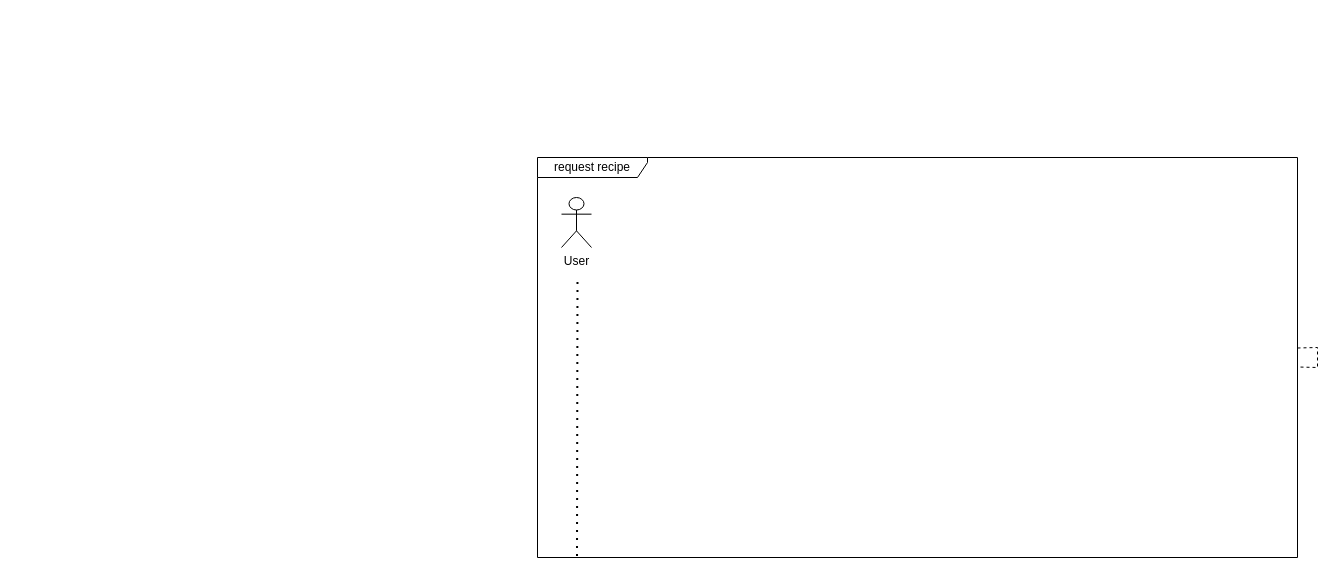
Above: recipe.drawio in dndpd/software-project (draw.io), before the change. Source tidied: cells renumbered, new cells numbered last; positions are measured from the earlier drawing's top-left corner, leaving out a move shared by most shapes. Both pictures are drawn from the tidied source at 100%, with x=0, y=0 at pixel (537, 157).
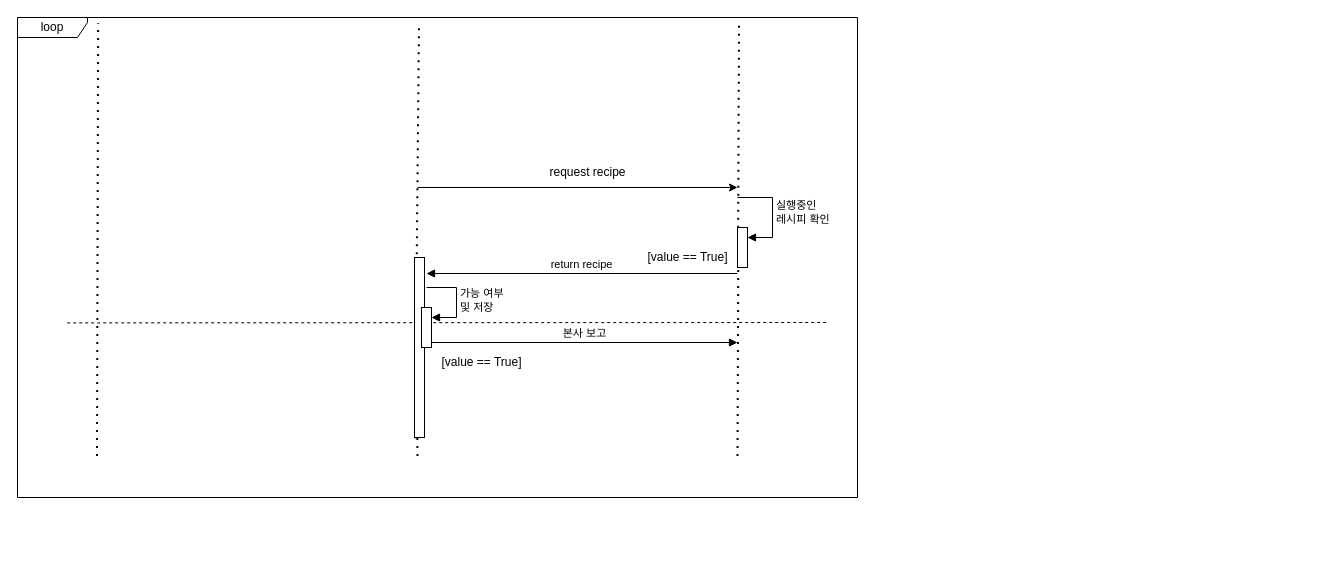
Above is the later version.

The edit, as a diff of the source:
```diff
@@
-    <mxCell id="2" value="User" style="shape=umlActor;verticalLabelPosition=bottom;verticalAlign=top;html=1;" parent="1" vertex="1">
-      <mxGeometry x="24" y="40" width="30" height="50" as="geometry" />
-    </mxCell>
+    <mxCell id="4" style="endArrow=none;dashed=1;html=1;dashPattern=1 3;strokeWidth=2;rounded=0;exitX=0.052;exitY=1.004;exitDx=0;exitDy=0;exitPerimeter=0;entryX=0.096;entryY=0.012;entryDx=0;entryDy=0;entryPerimeter=0;" parent="1" edge="1" target="7">
+      <mxGeometry relative="1" as="geometry">
+        <mxPoint x="-440.5" y="298.6" as="sourcePoint" />
+      </mxGeometry>
+    </mxCell>
+    <mxCell id="6" style="endArrow=classic;html=1;rounded=0;" parent="1" edge="1">
+      <mxGeometry relative="1" as="geometry">
+        <mxPoint x="-120" y="30" as="sourcePoint" />
+        <mxPoint x="200" y="30" as="targetPoint" />
+      </mxGeometry>
+    </mxCell>
-    <mxCell id="3" value="request recipe" style="shape=umlFrame;whiteSpace=wrap;html=1;width=110;height=20;" parent="1" vertex="1">
-      <mxGeometry width="760" height="400" as="geometry" />
+    <mxCell id="3" value="request recipe" style="text;html=1;align=center;verticalAlign=middle;points=[];strokeColor=none;fillColor=none;" parent="1" vertex="1">
+      <mxGeometry width="100" height="30" as="geometry" />
     </mxCell>
-    <mxCell id="4" style="endArrow=none;dashed=1;html=1;dashPattern=1 3;strokeWidth=2;rounded=0;exitX=0.052;exitY=1.004;exitDx=0;exitDy=0;exitPerimeter=0;" parent="1" edge="1">
-      <mxGeometry relative="1" as="geometry">
-        <mxPoint x="39.5" y="398.6" as="sourcePoint" />
-        <mxPoint x="40" y="120" as="targetPoint" />
-      </mxGeometry>
-    </mxCell>
-    <mxCell id="5" style="endArrow=none;dashed=1;html=1;rounded=0;" parent="1" edge="1" source="3" target="3">
-      <mxGeometry relative="1" as="geometry" />
-    </mxCell>
+    <mxCell id="7" value="loop" style="shape=umlFrame;whiteSpace=wrap;html=1;width=70;height=20;" parent="1" vertex="1">
+      <mxGeometry x="-520" y="-140" width="840" height="480" as="geometry" />
+    </mxCell>
+    <mxCell id="8" style="endArrow=none;dashed=1;html=1;rounded=0;exitX=-0.003;exitY=0.601;exitDx=0;exitDy=0;exitPerimeter=0;" parent="1" edge="1">
+      <mxGeometry relative="1" as="geometry">
+        <mxPoint x="-470.3" y="165.4" as="sourcePoint" />
+        <mxPoint x="290" y="165" as="targetPoint" />
+      </mxGeometry>
+    </mxCell>
+    <mxCell id="9" value="[value == True]" style="text;html=1;align=center;verticalAlign=middle;strokeColor=none;fillColor=none;" parent="1" vertex="1">
+      <mxGeometry x="100" y="85" width="100" height="30" as="geometry" />
+    </mxCell>
+    <mxCell id="10" style="endArrow=none;dashed=1;html=1;dashPattern=1 3;strokeWidth=2;rounded=0;exitX=0.052;exitY=1.004;exitDx=0;exitDy=0;exitPerimeter=0;entryX=0.096;entryY=0.012;entryDx=0;entryDy=0;entryPerimeter=0;" parent="1" edge="1" source="17">
+      <mxGeometry relative="1" as="geometry">
+        <mxPoint x="-118.5" y="-134" as="targetPoint" />
+      </mxGeometry>
+    </mxCell>
+    <mxCell id="11" style="endArrow=none;dashed=1;html=1;dashPattern=1 3;strokeWidth=2;rounded=0;exitX=0.052;exitY=1.004;exitDx=0;exitDy=0;exitPerimeter=0;entryX=0.096;entryY=0.012;entryDx=0;entryDy=0;entryPerimeter=0;" parent="1" edge="1" source="14">
+      <mxGeometry relative="1" as="geometry">
+        <mxPoint x="201.5" y="-134" as="targetPoint" />
+      </mxGeometry>
+    </mxCell>
+    <mxCell id="12" value="실행중인&lt;br&gt;레시피 확인" style="html=1;align=left;spacingLeft=2;endArrow=block;rounded=0;edgeStyle=orthogonalEdgeStyle;curved=0;rounded=0;" parent="1" edge="1">
+      <mxGeometry relative="1" as="geometry">
+        <mxPoint x="200" y="40" as="sourcePoint" />
+        <mxPoint x="210" y="80" as="targetPoint" />
+        <Array as="points">
+          <mxPoint x="235" y="40" />
+          <mxPoint x="235" y="80" />
+        </Array>
+      </mxGeometry>
+    </mxCell>
+    <mxCell id="13" style="endArrow=none;dashed=1;html=1;dashPattern=1 3;strokeWidth=2;rounded=0;exitX=0.052;exitY=1.004;exitDx=0;exitDy=0;exitPerimeter=0;entryX=0.096;entryY=0.012;entryDx=0;entryDy=0;entryPerimeter=0;" parent="1" edge="1" target="14">
+      <mxGeometry relative="1" as="geometry">
+        <mxPoint x="200" y="298.6" as="sourcePoint" />
+      </mxGeometry>
+    </mxCell>
+    <mxCell id="14" style="html=1;points=[[0,0,0,0,5],[0,1,0,0,-5],[1,0,0,0,5],[1,1,0,0,-5]];perimeter=orthogonalPerimeter;outlineConnect=0;targetShapes=umlLifeline;portConstraint=eastwest;newEdgeStyle={&quot;curved&quot;:0,&quot;rounded&quot;:0};" parent="1" vertex="1">
+      <mxGeometry x="200" y="70" width="10" height="40" as="geometry" />
+    </mxCell>
+    <mxCell id="15" value="return recipe" style="html=1;verticalAlign=bottom;endArrow=block;curved=0;rounded=0;entryX=1;entryY=0;entryDx=0;entryDy=5;" parent="1" edge="1">
+      <mxGeometry relative="1" as="geometry">
+        <mxPoint x="200" y="116" as="sourcePoint" />
+        <mxPoint x="-111" y="116" as="targetPoint" />
+      </mxGeometry>
+    </mxCell>
+    <mxCell id="16" style="endArrow=none;dashed=1;html=1;dashPattern=1 3;strokeWidth=2;rounded=0;exitX=0.052;exitY=1.004;exitDx=0;exitDy=0;exitPerimeter=0;entryX=0.096;entryY=0.012;entryDx=0;entryDy=0;entryPerimeter=0;" parent="1" edge="1" target="17">
+      <mxGeometry relative="1" as="geometry">
+        <mxPoint x="-120" y="298.6" as="sourcePoint" />
+      </mxGeometry>
+    </mxCell>
+    <mxCell id="17" style="html=1;points=[[0,0,0,0,5],[0,1,0,0,-5],[1,0,0,0,5],[1,1,0,0,-5]];perimeter=orthogonalPerimeter;outlineConnect=0;targetShapes=umlLifeline;portConstraint=eastwest;newEdgeStyle={&quot;curved&quot;:0,&quot;rounded&quot;:0};" parent="1" vertex="1">
+      <mxGeometry x="-123" y="100" width="10" height="180" as="geometry" />
+    </mxCell>
+    <mxCell id="18" value="가능 여부&lt;br&gt;및 저장" style="html=1;align=left;spacingLeft=2;endArrow=block;rounded=0;edgeStyle=orthogonalEdgeStyle;curved=0;rounded=0;" parent="1" edge="1">
+      <mxGeometry relative="1" as="geometry">
+        <mxPoint x="-111" y="130" as="sourcePoint" />
+        <mxPoint x="-106" y="160" as="targetPoint" />
+        <Array as="points">
+          <mxPoint x="-81" y="160" />
+        </Array>
+      </mxGeometry>
+    </mxCell>
+    <mxCell id="19" style="html=1;points=[[0,0,0,0,5],[0,1,0,0,-5],[1,0,0,0,5],[1,1,0,0,-5]];perimeter=orthogonalPerimeter;outlineConnect=0;targetShapes=umlLifeline;portConstraint=eastwest;newEdgeStyle={&quot;curved&quot;:0,&quot;rounded&quot;:0};" parent="1" vertex="1">
+      <mxGeometry x="-116" y="150" width="10" height="40" as="geometry" />
+    </mxCell>
+    <mxCell id="20" value="본사 보고" style="html=1;verticalAlign=bottom;endArrow=block;curved=0;rounded=0;exitX=1;exitY=1;exitDx=0;exitDy=-5;exitPerimeter=0;" parent="1" edge="1" source="19">
+      <mxGeometry relative="1" as="geometry">
+        <mxPoint x="200" y="185" as="targetPoint" />
+      </mxGeometry>
+    </mxCell>
+    <mxCell id="21" value="[value == True]" style="text;html=1;align=center;verticalAlign=middle;strokeColor=none;fillColor=none;" parent="1" vertex="1">
+      <mxGeometry x="-106" y="190" width="100" height="30" as="geometry" />
+    </mxCell>
```
